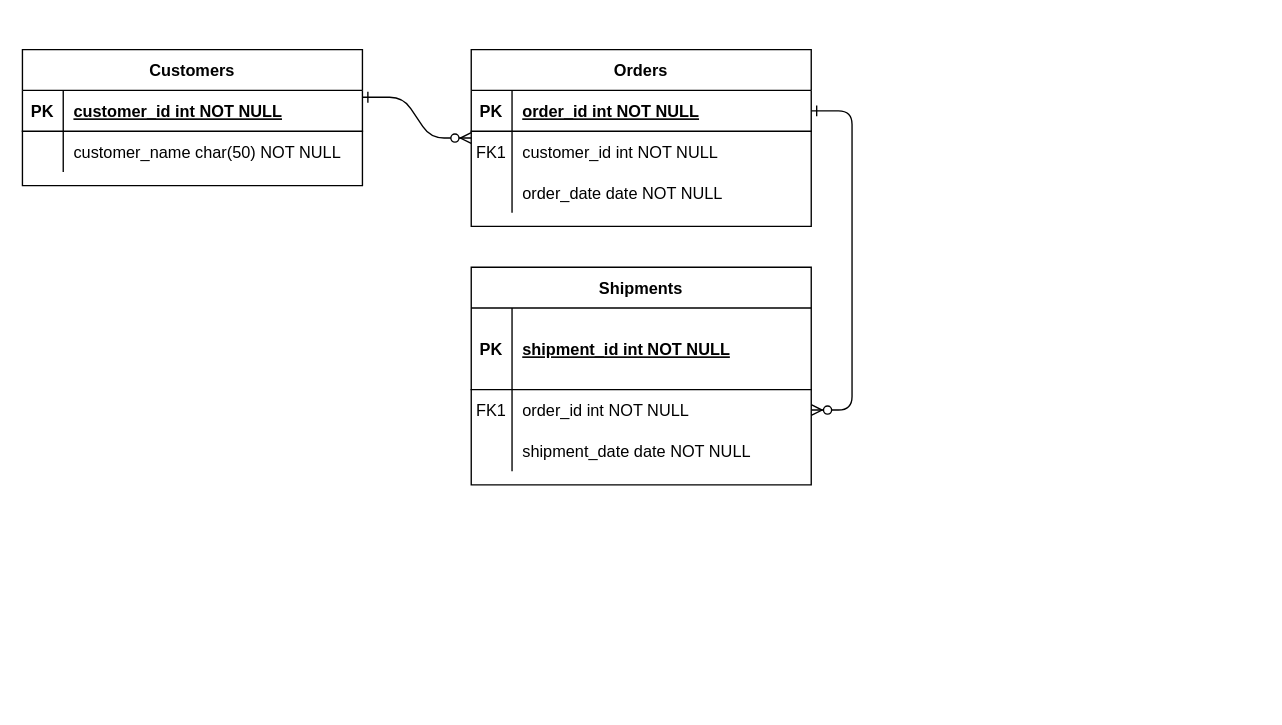
Brichardt/Mathematics keeps this draw.io diagram as Diagramme keepcoding 1.drawio. Above is the earlier version. Source tidied: cells renumbered, new cells numbered last; positions are measured from the earlier drawing's top-left corner, leaving out a move shared by most shapes. Both pictures are drawn from the tidied source at 136%, with x=0, y=0 at pixel (22, 49).
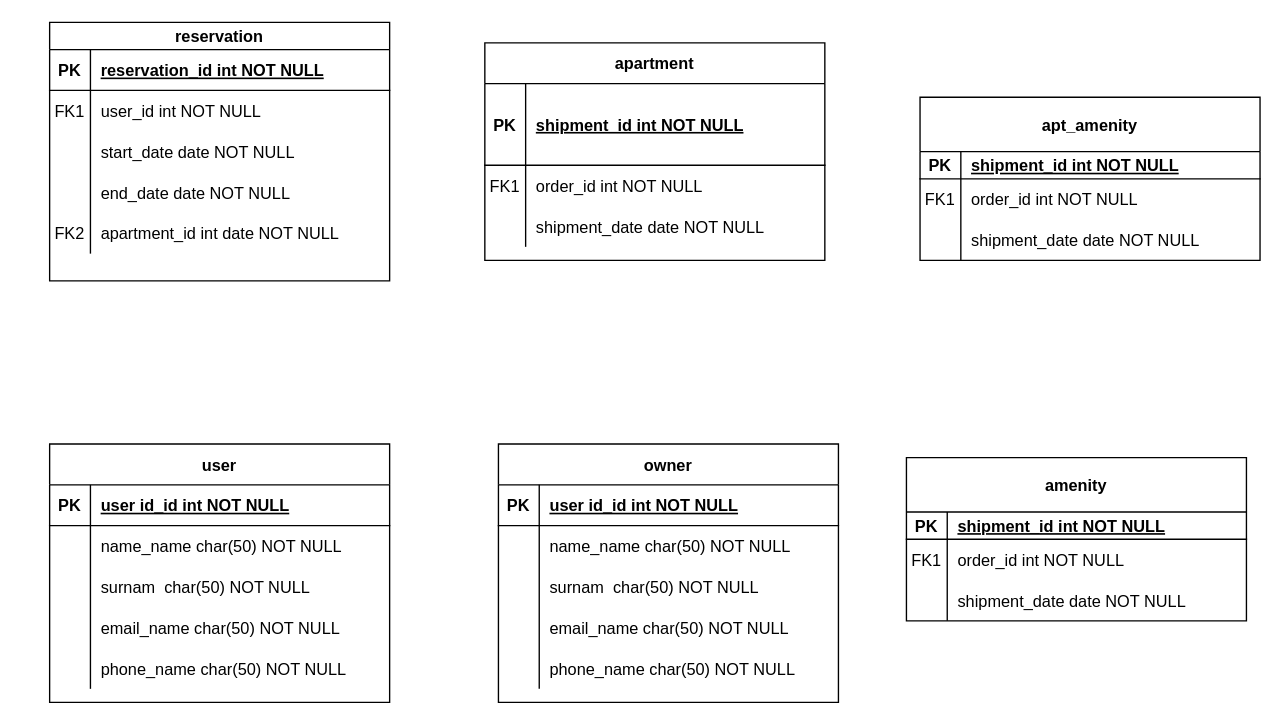
After the change.

Commit message:
Mettre à jour Diagramme keepcoding 1.drawio

Unchanged cells that the change refers to:
```xml
<mxCell id="18" style="shape=partialRectangle;fillColor=none;points=[[0,0.5],[1,0.5]];portConstraint=eastwest;top=0;left=0;right=0;bottom=0;" parent="14" vertex="1">
  <mxGeometry y="90" width="250" height="30" as="geometry" />
</mxCell>
<mxCell id="25" style="shape=partialRectangle;fillColor=none;top=0;left=0;right=0;bottom=1;" parent="24" vertex="1">
  <mxGeometry y="30" width="250" height="30" as="geometry" />
</mxCell>
```

What changed in the source:
```diff
@@
-    <mxCell id="2" style="edgeStyle=entityRelationEdgeStyle;endArrow=ERzeroToMany;startArrow=ERone;endFill=1;startFill=0;" parent="1" edge="1">
-      <mxGeometry relative="1" as="geometry">
-        <mxPoint x="250" y="35" as="sourcePoint" />
-        <mxPoint x="330" y="65" as="targetPoint" />
-      </mxGeometry>
-    </mxCell>
-    <mxCell id="3" style="edgeStyle=entityRelationEdgeStyle;endArrow=ERzeroToMany;startArrow=ERone;endFill=1;startFill=0;" parent="1" edge="1" source="5" target="18">
-      <mxGeometry relative="1" as="geometry" />
-    </mxCell>
-    <mxCell id="4" value="Orders" style="shape=table;startSize=30;childLayout=tableLayout;rowLines=0;fontStyle=1;align=center;" parent="1" vertex="1">
-      <mxGeometry x="330" width="250" height="130" as="geometry" />
+    <mxCell id="4" value="reservation" style="shape=table;startSize=20;childLayout=tableLayout;rowLines=0;fontStyle=1;align=center;" parent="1" vertex="1">
+      <mxGeometry x="20" y="-20" width="250" height="190" as="geometry" />
     </mxCell>
     <mxCell id="5" style="shape=partialRectangle;fillColor=none;points=[[0,0.5],[1,0.5]];portConstraint=eastwest;top=0;left=0;right=0;bottom=1;" parent="4" vertex="1">
-      <mxGeometry y="30" width="250" height="30" as="geometry" />
+      <mxGeometry y="20" width="250" height="30" as="geometry" />
     </mxCell>
@@
-    <mxCell id="7" value="order_id int NOT NULL " style="shape=partialRectangle;overflow=hidden;fillColor=none;top=0;left=0;bottom=0;right=0;align=left;spacingLeft=6;fontStyle=5;" parent="5" vertex="1">
+    <mxCell id="7" value="reservation_id int NOT NULL " style="shape=partialRectangle;overflow=hidden;fillColor=none;top=0;left=0;bottom=0;right=0;align=left;spacingLeft=6;fontStyle=5;" parent="5" vertex="1">
       <mxGeometry x="30" width="220" height="30" as="geometry" />
     </mxCell>
     <mxCell id="8" style="shape=partialRectangle;fillColor=none;top=0;left=0;right=0;bottom=0;" parent="4" vertex="1">
-      <mxGeometry y="60" width="250" height="30" as="geometry" />
+      <mxGeometry y="50" width="250" height="30" as="geometry" />
     </mxCell>
@@
-    <mxCell id="10" value="customer_id int NOT NULL" style="shape=partialRectangle;overflow=hidden;fillColor=none;top=0;left=0;bottom=0;right=0;align=left;spacingLeft=6;" parent="8" vertex="1">
+    <mxCell id="10" value="user_id int NOT NULL" style="shape=partialRectangle;overflow=hidden;fillColor=none;top=0;left=0;bottom=0;right=0;align=left;spacingLeft=6;" parent="8" vertex="1">
       <mxGeometry x="30" width="220" height="30" as="geometry" />
     </mxCell>
     <mxCell id="11" style="shape=partialRectangle;fillColor=none;top=0;left=0;right=0;bottom=0;" parent="4" vertex="1">
-      <mxGeometry y="90" width="250" height="30" as="geometry" />
+      <mxGeometry y="80" width="250" height="30" as="geometry" />
     </mxCell>
@@
-    <mxCell id="13" value="order_date date NOT NULL" style="shape=partialRectangle;overflow=hidden;fillColor=none;top=0;left=0;bottom=0;right=0;align=left;spacingLeft=6;" parent="11" vertex="1">
+    <mxCell id="13" value="start_date date NOT NULL" style="shape=partialRectangle;overflow=hidden;fillColor=none;top=0;left=0;bottom=0;right=0;align=left;spacingLeft=6;" parent="11" vertex="1">
       <mxGeometry x="30" width="220" height="30" as="geometry" />
     </mxCell>
+    <mxCell id="31" style="shape=partialRectangle;fillColor=none;top=0;left=0;right=0;bottom=0;" parent="4" vertex="1">
+      <mxGeometry y="110" width="250" height="30" as="geometry" />
+    </mxCell>
+    <mxCell id="32" style="shape=partialRectangle;overflow=hidden;fillColor=none;top=0;left=0;bottom=0;right=0;" parent="31" vertex="1">
+      <mxGeometry width="30" height="30" as="geometry" />
+    </mxCell>
+    <mxCell id="33" value="end_date date NOT NULL" style="shape=partialRectangle;overflow=hidden;fillColor=none;top=0;left=0;bottom=0;right=0;align=left;spacingLeft=6;" parent="31" vertex="1">
+      <mxGeometry x="30" width="220" height="30" as="geometry" />
+    </mxCell>
+    <mxCell id="34" style="shape=partialRectangle;fillColor=none;top=0;left=0;right=0;bottom=0;" parent="4" vertex="1">
+      <mxGeometry y="140" width="250" height="30" as="geometry" />
+    </mxCell>
+    <mxCell id="35" value="FK2" style="shape=partialRectangle;overflow=hidden;fillColor=none;top=0;left=0;bottom=0;right=0;" parent="34" vertex="1">
+      <mxGeometry width="30" height="30" as="geometry" />
+    </mxCell>
+    <mxCell id="36" value="apartment_id int date NOT NULL" style="shape=partialRectangle;overflow=hidden;fillColor=none;top=0;left=0;bottom=0;right=0;align=left;spacingLeft=6;" parent="34" vertex="1">
+      <mxGeometry x="30" width="220" height="30" as="geometry" />
+    </mxCell>
-    <mxCell id="14" value="Shipments" style="shape=table;startSize=30;childLayout=tableLayout;rowLines=0;fontStyle=1;align=center;" parent="1" vertex="1">
-      <mxGeometry x="330" y="160" width="250" height="160" as="geometry" />
+    <mxCell id="14" value="apartment" style="shape=table;startSize=30;childLayout=tableLayout;rowLines=0;fontStyle=1;align=center;" parent="1" vertex="1">
+      <mxGeometry x="340" y="-5" width="250" height="160" as="geometry" />
     </mxCell>
@@
-    <mxCell id="24" value="Customers" style="shape=table;startSize=30;childLayout=tableLayout;rowLines=0;fontStyle=1;align=center;" parent="1" vertex="1">
-      <mxGeometry width="250" height="100" as="geometry" />
+    <mxCell id="24" value="user" style="shape=table;startSize=30;childLayout=tableLayout;rowLines=0;fontStyle=1;align=center;" parent="1" vertex="1">
+      <mxGeometry x="20" y="290" width="250" height="190" as="geometry" />
     </mxCell>
@@
-    <mxCell id="27" value="customer_id int NOT NULL " style="shape=partialRectangle;overflow=hidden;fillColor=none;top=0;left=0;bottom=0;right=0;align=left;spacingLeft=6;fontStyle=5;" parent="25" vertex="1">
+    <mxCell id="27" value="user id_id int NOT NULL " style="shape=partialRectangle;overflow=hidden;fillColor=none;top=0;left=0;bottom=0;right=0;align=left;spacingLeft=6;fontStyle=5;" parent="25" vertex="1">
       <mxGeometry x="30" width="220" height="30" as="geometry" />
     </mxCell>
+    <mxCell id="37" style="shape=partialRectangle;fillColor=none;top=0;left=0;right=0;bottom=0;" parent="24" vertex="1">
+      <mxGeometry y="60" width="250" height="30" as="geometry" />
+    </mxCell>
+    <mxCell id="38" style="shape=partialRectangle;overflow=hidden;fillColor=none;top=0;left=0;bottom=0;right=0;" parent="37" vertex="1">
+      <mxGeometry width="30" height="30" as="geometry" />
+    </mxCell>
+    <mxCell id="39" value="name_name char(50) NOT NULL" style="shape=partialRectangle;overflow=hidden;fillColor=none;top=0;left=0;bottom=0;right=0;align=left;spacingLeft=6;" parent="37" vertex="1">
+      <mxGeometry x="30" width="220" height="30" as="geometry" />
+    </mxCell>
+    <mxCell id="40" style="shape=partialRectangle;fillColor=none;top=0;left=0;right=0;bottom=0;" parent="24" vertex="1">
+      <mxGeometry y="90" width="250" height="30" as="geometry" />
+    </mxCell>
+    <mxCell id="41" style="shape=partialRectangle;overflow=hidden;fillColor=none;top=0;left=0;bottom=0;right=0;" parent="40" vertex="1">
+      <mxGeometry width="30" height="30" as="geometry" />
+    </mxCell>
+    <mxCell id="42" value="surnam  char(50) NOT NULL" style="shape=partialRectangle;overflow=hidden;fillColor=none;top=0;left=0;bottom=0;right=0;align=left;spacingLeft=6;" parent="40" vertex="1">
+      <mxGeometry x="30" width="220" height="30" as="geometry" />
+    </mxCell>
+    <mxCell id="43" style="shape=partialRectangle;fillColor=none;top=0;left=0;right=0;bottom=0;" parent="24" vertex="1">
+      <mxGeometry y="120" width="250" height="30" as="geometry" />
+    </mxCell>
+    <mxCell id="44" style="shape=partialRectangle;overflow=hidden;fillColor=none;top=0;left=0;bottom=0;right=0;" parent="43" vertex="1">
+      <mxGeometry width="30" height="30" as="geometry" />
+    </mxCell>
+    <mxCell id="45" value="email_name char(50) NOT NULL" style="shape=partialRectangle;overflow=hidden;fillColor=none;top=0;left=0;bottom=0;right=0;align=left;spacingLeft=6;" parent="43" vertex="1">
+      <mxGeometry x="30" width="220" height="30" as="geometry" />
+    </mxCell>
     <mxCell id="28" style="shape=partialRectangle;fillColor=none;top=0;left=0;right=0;bottom=0;" parent="24" vertex="1">
-      <mxGeometry y="60" width="250" height="30" as="geometry" />
+      <mxGeometry y="150" width="250" height="30" as="geometry" />
     </mxCell>
@@
-    <mxCell id="30" value="customer_name char(50) NOT NULL" style="shape=partialRectangle;overflow=hidden;fillColor=none;top=0;left=0;bottom=0;right=0;align=left;spacingLeft=6;" parent="28" vertex="1">
+    <mxCell id="30" value="phone_name char(50) NOT NULL" style="shape=partialRectangle;overflow=hidden;fillColor=none;top=0;left=0;bottom=0;right=0;align=left;spacingLeft=6;" parent="28" vertex="1">
       <mxGeometry x="30" width="220" height="30" as="geometry" />
     </mxCell>
+    <mxCell id="46" value="amenity" style="shape=table;startSize=40;childLayout=tableLayout;rowLines=0;fontStyle=1;align=center;" parent="1" vertex="1">
+      <mxGeometry x="650" y="300" width="250" height="120" as="geometry" />
+    </mxCell>
+    <mxCell id="47" style="shape=partialRectangle;fillColor=none;top=0;left=0;right=0;bottom=1;" parent="46" vertex="1">
+      <mxGeometry y="40" width="250" height="20" as="geometry" />
+    </mxCell>
+    <mxCell id="48" value="PK" style="shape=partialRectangle;overflow=hidden;fillColor=none;top=0;left=0;bottom=0;right=0;fontStyle=1;" parent="47" vertex="1">
+      <mxGeometry width="30" height="20" as="geometry" />
+    </mxCell>
+    <mxCell id="49" value="shipment_id int NOT NULL " style="shape=partialRectangle;overflow=hidden;fillColor=none;top=0;left=0;bottom=0;right=0;align=left;spacingLeft=6;fontStyle=5;" parent="47" vertex="1">
+      <mxGeometry x="30" width="220" height="20" as="geometry" />
+    </mxCell>
+    <mxCell id="50" style="shape=partialRectangle;fillColor=none;top=0;left=0;right=0;bottom=0;" parent="46" vertex="1">
+      <mxGeometry y="60" width="250" height="30" as="geometry" />
+    </mxCell>
+    <mxCell id="51" value="FK1" style="shape=partialRectangle;overflow=hidden;fillColor=none;top=0;left=0;bottom=0;right=0;" parent="50" vertex="1">
+      <mxGeometry width="30" height="30" as="geometry" />
+    </mxCell>
+    <mxCell id="52" value="order_id int NOT NULL" style="shape=partialRectangle;overflow=hidden;fillColor=none;top=0;left=0;bottom=0;right=0;align=left;spacingLeft=6;" parent="50" vertex="1">
+      <mxGeometry x="30" width="220" height="30" as="geometry" />
+    </mxCell>
+    <mxCell id="53" style="shape=partialRectangle;fillColor=none;top=0;left=0;right=0;bottom=0;" parent="46" vertex="1">
+      <mxGeometry y="90" width="250" height="30" as="geometry" />
+    </mxCell>
+    <mxCell id="54" style="shape=partialRectangle;overflow=hidden;fillColor=none;top=0;left=0;bottom=0;right=0;" parent="53" vertex="1">
+      <mxGeometry width="30" height="30" as="geometry" />
+    </mxCell>
+    <mxCell id="55" value="shipment_date date NOT NULL" style="shape=partialRectangle;overflow=hidden;fillColor=none;top=0;left=0;bottom=0;right=0;align=left;spacingLeft=6;" parent="53" vertex="1">
+      <mxGeometry x="30" width="220" height="30" as="geometry" />
+    </mxCell>
+    <mxCell id="56" value="owner" style="shape=table;startSize=30;childLayout=tableLayout;rowLines=0;fontStyle=1;align=center;" parent="1" vertex="1">
+      <mxGeometry x="350" y="290" width="250" height="190" as="geometry" />
+    </mxCell>
+    <mxCell id="57" style="shape=partialRectangle;fillColor=none;top=0;left=0;right=0;bottom=1;" parent="56" vertex="1">
+      <mxGeometry y="30" width="250" height="30" as="geometry" />
+    </mxCell>
+    <mxCell id="58" value="PK" style="shape=partialRectangle;overflow=hidden;fillColor=none;top=0;left=0;bottom=0;right=0;fontStyle=1;" parent="57" vertex="1">
+      <mxGeometry width="30" height="30" as="geometry" />
+    </mxCell>
+    <mxCell id="59" value="user id_id int NOT NULL " style="shape=partialRectangle;overflow=hidden;fillColor=none;top=0;left=0;bottom=0;right=0;align=left;spacingLeft=6;fontStyle=5;" parent="57" vertex="1">
+      <mxGeometry x="30" width="220" height="30" as="geometry" />
+    </mxCell>
+    <mxCell id="60" style="shape=partialRectangle;fillColor=none;top=0;left=0;right=0;bottom=0;" parent="56" vertex="1">
+      <mxGeometry y="60" width="250" height="30" as="geometry" />
+    </mxCell>
+    <mxCell id="61" style="shape=partialRectangle;overflow=hidden;fillColor=none;top=0;left=0;bottom=0;right=0;" parent="60" vertex="1">
+      <mxGeometry width="30" height="30" as="geometry" />
+    </mxCell>
+    <mxCell id="62" value="name_name char(50) NOT NULL" style="shape=partialRectangle;overflow=hidden;fillColor=none;top=0;left=0;bottom=0;right=0;align=left;spacingLeft=6;" parent="60" vertex="1">
+      <mxGeometry x="30" width="220" height="30" as="geometry" />
+    </mxCell>
+    <mxCell id="63" style="shape=partialRectangle;fillColor=none;top=0;left=0;right=0;bottom=0;" parent="56" vertex="1">
+      <mxGeometry y="90" width="250" height="30" as="geometry" />
+    </mxCell>
+    <mxCell id="64" style="shape=partialRectangle;overflow=hidden;fillColor=none;top=0;left=0;bottom=0;right=0;" parent="63" vertex="1">
+      <mxGeometry width="30" height="30" as="geometry" />
+    </mxCell>
+    <mxCell id="65" value="surnam  char(50) NOT NULL" style="shape=partialRectangle;overflow=hidden;fillColor=none;top=0;left=0;bottom=0;right=0;align=left;spacingLeft=6;" parent="63" vertex="1">
+      <mxGeometry x="30" width="220" height="30" as="geometry" />
+    </mxCell>
+    <mxCell id="66" style="shape=partialRectangle;fillColor=none;top=0;left=0;right=0;bottom=0;" parent="56" vertex="1">
+      <mxGeometry y="120" width="250" height="30" as="geometry" />
+    </mxCell>
+    <mxCell id="67" style="shape=partialRectangle;overflow=hidden;fillColor=none;top=0;left=0;bottom=0;right=0;" parent="66" vertex="1">
+      <mxGeometry width="30" height="30" as="geometry" />
+    </mxCell>
+    <mxCell id="68" value="email_name char(50) NOT NULL" style="shape=partialRectangle;overflow=hidden;fillColor=none;top=0;left=0;bottom=0;right=0;align=left;spacingLeft=6;" parent="66" vertex="1">
+      <mxGeometry x="30" width="220" height="30" as="geometry" />
+    </mxCell>
+    <mxCell id="69" style="shape=partialRectangle;fillColor=none;top=0;left=0;right=0;bottom=0;" parent="56" vertex="1">
+      <mxGeometry y="150" width="250" height="30" as="geometry" />
+    </mxCell>
+    <mxCell id="70" style="shape=partialRectangle;overflow=hidden;fillColor=none;top=0;left=0;bottom=0;right=0;" parent="69" vertex="1">
+      <mxGeometry width="30" height="30" as="geometry" />
+    </mxCell>
+    <mxCell id="71" value="phone_name char(50) NOT NULL" style="shape=partialRectangle;overflow=hidden;fillColor=none;top=0;left=0;bottom=0;right=0;align=left;spacingLeft=6;" parent="69" vertex="1">
+      <mxGeometry x="30" width="220" height="30" as="geometry" />
+    </mxCell>
+    <mxCell id="72" value="apt_amenity" style="shape=table;startSize=40;childLayout=tableLayout;rowLines=0;fontStyle=1;align=center;" parent="1" vertex="1">
+      <mxGeometry x="660" y="35" width="250" height="120" as="geometry" />
+    </mxCell>
+    <mxCell id="73" style="shape=partialRectangle;fillColor=none;top=0;left=0;right=0;bottom=1;" parent="72" vertex="1">
+      <mxGeometry y="40" width="250" height="20" as="geometry" />
+    </mxCell>
+    <mxCell id="74" value="PK" style="shape=partialRectangle;overflow=hidden;fillColor=none;top=0;left=0;bottom=0;right=0;fontStyle=1;" parent="73" vertex="1">
+      <mxGeometry width="30" height="20" as="geometry" />
+    </mxCell>
+    <mxCell id="75" value="shipment_id int NOT NULL " style="shape=partialRectangle;overflow=hidden;fillColor=none;top=0;left=0;bottom=0;right=0;align=left;spacingLeft=6;fontStyle=5;" parent="73" vertex="1">
+      <mxGeometry x="30" width="220" height="20" as="geometry" />
+    </mxCell>
+    <mxCell id="76" style="shape=partialRectangle;fillColor=none;top=0;left=0;right=0;bottom=0;" parent="72" vertex="1">
+      <mxGeometry y="60" width="250" height="30" as="geometry" />
+    </mxCell>
+    <mxCell id="77" value="FK1" style="shape=partialRectangle;overflow=hidden;fillColor=none;top=0;left=0;bottom=0;right=0;" parent="76" vertex="1">
+      <mxGeometry width="30" height="30" as="geometry" />
+    </mxCell>
+    <mxCell id="78" value="order_id int NOT NULL" style="shape=partialRectangle;overflow=hidden;fillColor=none;top=0;left=0;bottom=0;right=0;align=left;spacingLeft=6;" parent="76" vertex="1">
+      <mxGeometry x="30" width="220" height="30" as="geometry" />
+    </mxCell>
+    <mxCell id="79" style="shape=partialRectangle;fillColor=none;top=0;left=0;right=0;bottom=0;" parent="72" vertex="1">
+      <mxGeometry y="90" width="250" height="30" as="geometry" />
+    </mxCell>
+    <mxCell id="80" style="shape=partialRectangle;overflow=hidden;fillColor=none;top=0;left=0;bottom=0;right=0;" parent="79" vertex="1">
+      <mxGeometry width="30" height="30" as="geometry" />
+    </mxCell>
+    <mxCell id="81" value="shipment_date date NOT NULL" style="shape=partialRectangle;overflow=hidden;fillColor=none;top=0;left=0;bottom=0;right=0;align=left;spacingLeft=6;" parent="79" vertex="1">
+      <mxGeometry x="30" width="220" height="30" as="geometry" />
+    </mxCell>
```
